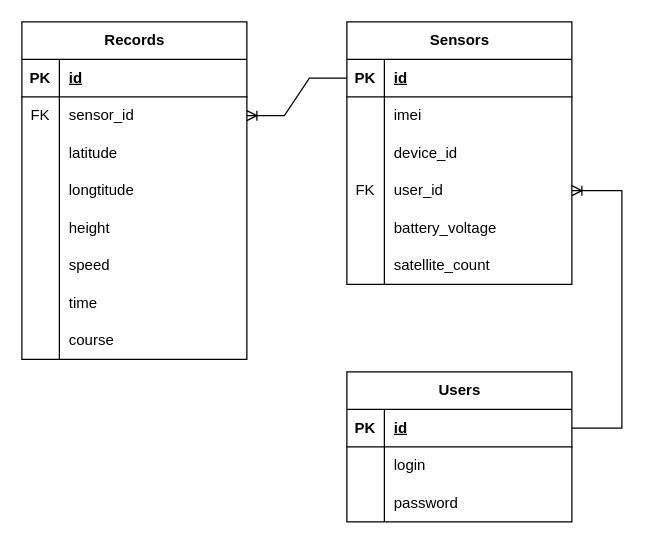
Above: dsadasd.drawio in emfermenty/university.cpp (draw.io), before the change. Source tidied: cells renumbered, new cells numbered last; positions are measured from the earlier drawing's top-left corner, leaving out a move shared by most shapes. Both pictures are drawn from the tidied source at 125%, with x=0, y=0 at pixel (21, 21).
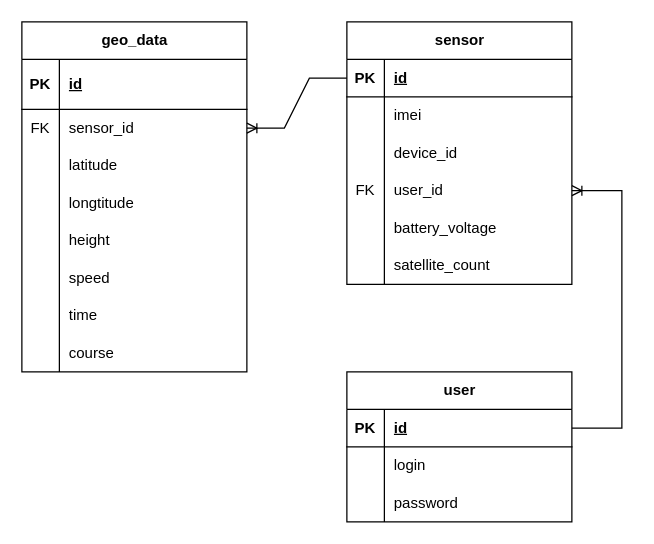
After the change.

The edit, as a diff of the source:
```diff
@@
-    <mxCell id="2" value="Records" style="shape=table;startSize=30;childLayout=tableLayout;rowLines=0;fontStyle=1;align=center;html=1;" parent="1" vertex="1">
-      <mxGeometry width="180" height="270" as="geometry" />
+    <mxCell id="2" value="geo_data" style="shape=table;startSize=30;childLayout=tableLayout;rowLines=0;fontStyle=1;align=center;html=1;" parent="1" vertex="1">
+      <mxGeometry width="180" height="280" as="geometry" />
     </mxCell>
     <mxCell id="3" style="shape=tableRow;horizontal=0;startSize=0;swimlaneHead=0;swimlaneBody=0;fillColor=none;top=0;left=0;right=0;bottom=1;" parent="2" vertex="1">
-      <mxGeometry y="30" width="180" height="30" as="geometry" />
+      <mxGeometry y="30" width="180" height="40" as="geometry" />
     </mxCell>
     <mxCell id="4" value="PK" style="shape=partialRectangle;fillColor=none;top=0;left=0;bottom=0;right=0;fontStyle=1;overflow=hidden;whiteSpace=wrap;html=1;" parent="3" vertex="1">
-      <mxGeometry width="30" height="30" as="geometry" />
+      <mxGeometry width="30" height="40" as="geometry" />
     </mxCell>
     <mxCell id="5" value="id" style="shape=partialRectangle;fillColor=none;top=0;left=0;bottom=0;right=0;align=left;spacingLeft=6;fontStyle=5;overflow=hidden;whiteSpace=wrap;html=1;" parent="3" vertex="1">
-      <mxGeometry x="30" width="150" height="30" as="geometry" />
+      <mxGeometry x="30" width="150" height="40" as="geometry" />
     </mxCell>
     <mxCell id="6" style="shape=tableRow;horizontal=0;startSize=0;swimlaneHead=0;swimlaneBody=0;fillColor=none;points=[[0,0.5],[1,0.5]];portConstraint=eastwest;top=0;left=0;right=0;bottom=0;" parent="2" vertex="1">
-      <mxGeometry y="60" width="180" height="30" as="geometry" />
+      <mxGeometry y="70" width="180" height="30" as="geometry" />
     </mxCell>
@@
     <mxCell id="9" style="shape=tableRow;horizontal=0;startSize=0;swimlaneHead=0;swimlaneBody=0;fillColor=none;top=0;left=0;right=0;bottom=0;" parent="2" vertex="1">
-      <mxGeometry y="90" width="180" height="30" as="geometry" />
+      <mxGeometry y="100" width="180" height="30" as="geometry" />
     </mxCell>
@@
     <mxCell id="12" style="shape=tableRow;horizontal=0;startSize=0;swimlaneHead=0;swimlaneBody=0;fillColor=none;top=0;left=0;right=0;bottom=0;" parent="2" vertex="1">
-      <mxGeometry y="120" width="180" height="30" as="geometry" />
+      <mxGeometry y="130" width="180" height="30" as="geometry" />
     </mxCell>
@@
     <mxCell id="15" style="shape=tableRow;horizontal=0;startSize=0;swimlaneHead=0;swimlaneBody=0;fillColor=none;top=0;left=0;right=0;bottom=0;" parent="2" vertex="1">
-      <mxGeometry y="150" width="180" height="30" as="geometry" />
+      <mxGeometry y="160" width="180" height="30" as="geometry" />
     </mxCell>
@@
     <mxCell id="18" style="shape=tableRow;horizontal=0;startSize=0;swimlaneHead=0;swimlaneBody=0;fillColor=none;top=0;left=0;right=0;bottom=0;" parent="2" vertex="1">
-      <mxGeometry y="180" width="180" height="30" as="geometry" />
+      <mxGeometry y="190" width="180" height="30" as="geometry" />
     </mxCell>
@@
     <mxCell id="21" style="shape=tableRow;horizontal=0;startSize=0;swimlaneHead=0;swimlaneBody=0;fillColor=none;top=0;left=0;right=0;bottom=0;" parent="2" vertex="1">
-      <mxGeometry y="210" width="180" height="30" as="geometry" />
+      <mxGeometry y="220" width="180" height="30" as="geometry" />
     </mxCell>
@@
     <mxCell id="24" style="shape=tableRow;horizontal=0;startSize=0;swimlaneHead=0;swimlaneBody=0;fillColor=none;top=0;left=0;right=0;bottom=0;" parent="2" vertex="1">
-      <mxGeometry y="240" width="180" height="30" as="geometry" />
+      <mxGeometry y="250" width="180" height="30" as="geometry" />
     </mxCell>
@@
-    <mxCell id="27" value="Sensors" style="shape=table;startSize=30;childLayout=tableLayout;rowLines=0;fontStyle=1;align=center;html=1;" parent="1" vertex="1">
+    <mxCell id="27" value="sensor" style="shape=table;startSize=30;childLayout=tableLayout;rowLines=0;fontStyle=1;align=center;html=1;" parent="1" vertex="1">
       <mxGeometry x="260" width="180" height="210" as="geometry" />
     </mxCell>
@@
-    <mxCell id="46" value="Users" style="shape=table;startSize=30;childLayout=tableLayout;rowLines=0;fontStyle=1;align=center;html=1;" parent="1" vertex="1">
+    <mxCell id="46" value="user" style="shape=table;startSize=30;childLayout=tableLayout;rowLines=0;fontStyle=1;align=center;html=1;" parent="1" vertex="1">
       <mxGeometry x="260" y="280" width="180" height="120" as="geometry" />
     </mxCell>
```
